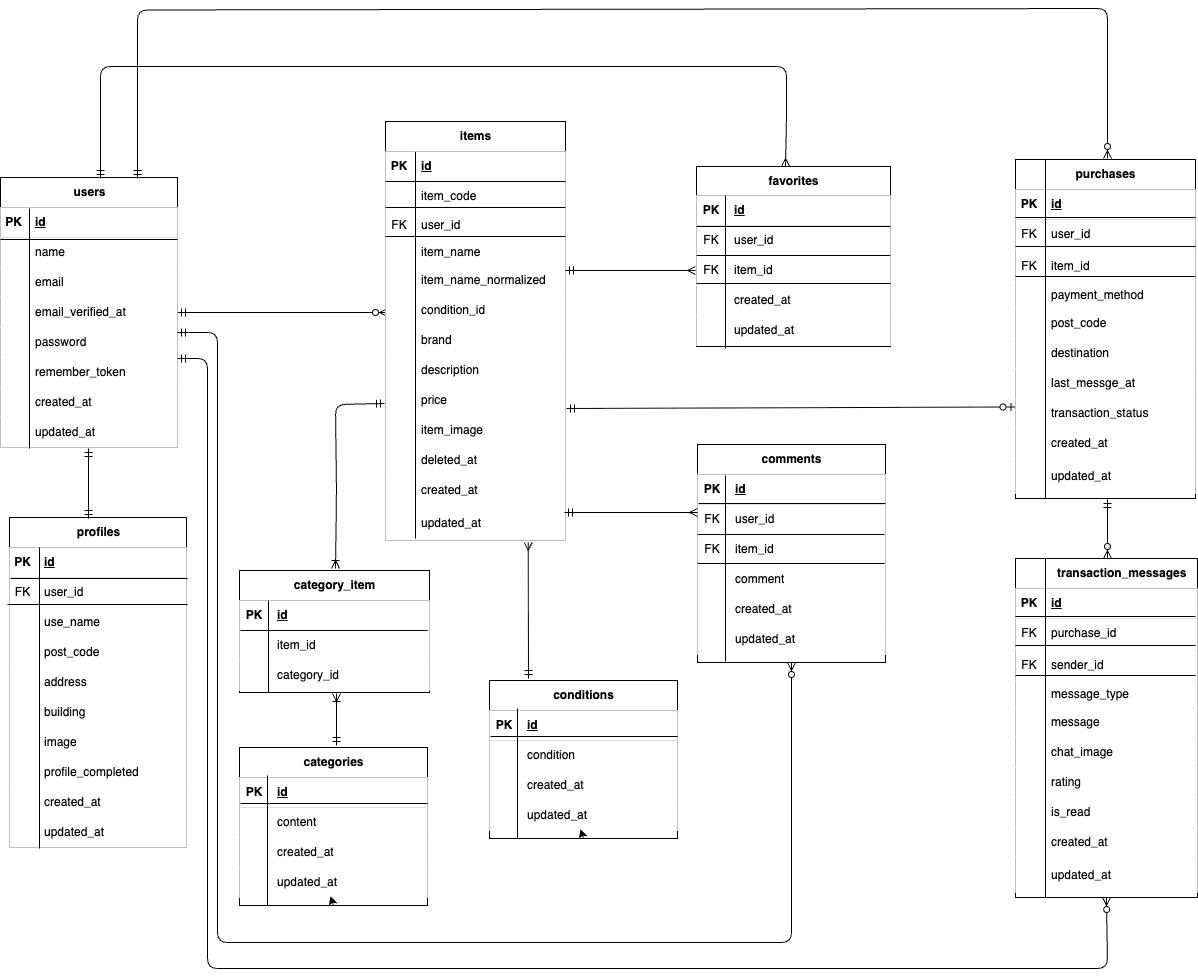
okumurachie/Flea-market keeps this draw.io diagram as index.png. Above is the earlier version. Source tidied: cells renumbered, new cells last; positions are measured from the earlier drawing's top-left corner, leaving out a move shared by most shapes.
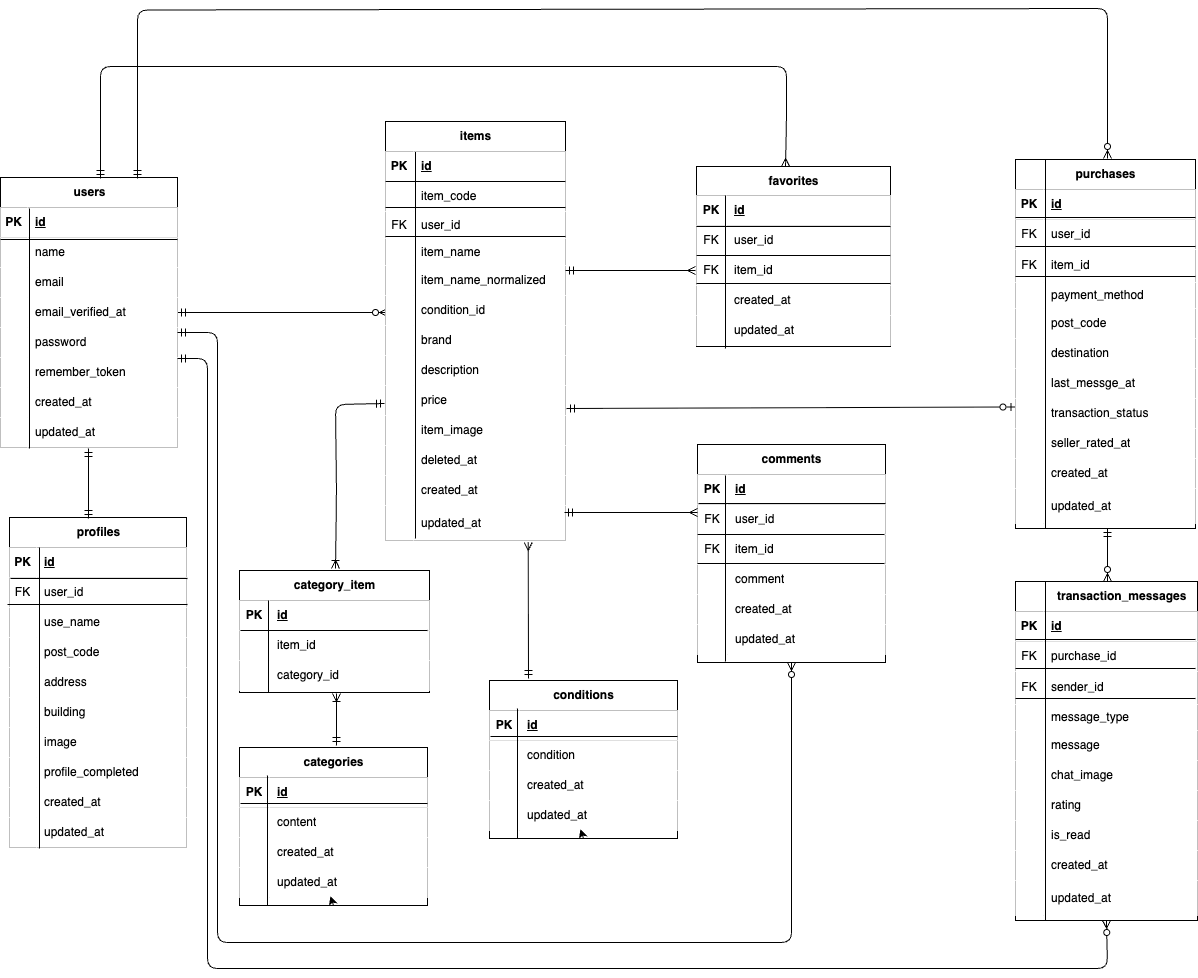
After the commit.

The edit, as a diff of the source:
```diff
@@ -634,7 +634,7 @@
       <mxGeometry x="696" y="270" width="194" height="10" as="geometry" />
     </mxCell>
     <mxCell id="200" value="purchases" style="shape=table;startSize=30;rowLines=0;fontStyle=1;align=center;html=1;fillColor=#FFFFFF;" parent="1" vertex="1">
-      <mxGeometry x="1015" y="151" width="180" height="339" as="geometry" />
+      <mxGeometry x="1015" y="151" width="180" height="369" as="geometry" />
     </mxCell>
     <mxCell id="201" style="shape=tableRow;horizontal=0;startSize=0;swimlaneHead=0;swimlaneBody=0;fillColor=#FFFFFF;top=0;left=0;right=0;bottom=1;" parent="200" vertex="1">
       <mxGeometry y="30" width="180" height="30" as="geometry" />
@@ -708,8 +708,17 @@
     <mxCell id="224" value="transaction_status" style="shape=partialRectangle;fillColor=#FFFFFF;top=0;left=0;bottom=0;right=0;align=left;spacingLeft=6;overflow=hidden;whiteSpace=wrap;html=1;" parent="222" vertex="1">
       <mxGeometry x="28" width="152" height="30" as="geometry" />
     </mxCell>
+    <mxCell id="277" style="shape=tableRow;horizontal=0;startSize=0;swimlaneHead=0;swimlaneBody=0;fillColor=#FFFFFF;top=0;left=0;right=0;bottom=0;" parent="200" vertex="1">
+      <mxGeometry y="269" width="180" height="30" as="geometry" />
+    </mxCell>
+    <mxCell id="278" style="shape=partialRectangle;fillColor=#FFFFFF;top=0;left=0;bottom=0;right=0;overflow=hidden;whiteSpace=wrap;html=1;" parent="277" vertex="1">
+      <mxGeometry width="28" height="30" as="geometry" />
+    </mxCell>
+    <mxCell id="279" value="seller_rated_at" style="shape=partialRectangle;fillColor=#FFFFFF;top=0;left=0;bottom=0;right=0;align=left;spacingLeft=6;overflow=hidden;whiteSpace=wrap;html=1;" parent="277" vertex="1">
+      <mxGeometry x="28" width="152" height="30" as="geometry" />
+    </mxCell>
     <mxCell id="225" style="shape=tableRow;horizontal=0;startSize=0;swimlaneHead=0;swimlaneBody=0;fillColor=#FFFFFF;top=0;left=0;right=0;bottom=0;" parent="200" vertex="1">
-      <mxGeometry y="269" width="180" height="30" as="geometry" />
+      <mxGeometry y="299" width="180" height="30" as="geometry" />
     </mxCell>
     <mxCell id="226" style="shape=partialRectangle;fillColor=#FFFFFF;top=0;left=0;bottom=0;right=0;overflow=hidden;whiteSpace=wrap;html=1;" parent="225" vertex="1">
       <mxGeometry width="28" height="30" as="geometry" />
@@ -718,7 +727,7 @@
       <mxGeometry x="28" width="152" height="30" as="geometry" />
     </mxCell>
     <mxCell id="228" style="shape=tableRow;horizontal=0;startSize=0;swimlaneHead=0;swimlaneBody=0;fillColor=#FFFFFF;top=0;left=0;right=0;bottom=0;" parent="200" vertex="1">
-      <mxGeometry y="299" width="180" height="35" as="geometry" />
+      <mxGeometry y="329" width="180" height="35" as="geometry" />
     </mxCell>
     <mxCell id="229" style="shape=partialRectangle;fillColor=#FFFFFF;top=0;left=0;bottom=0;right=0;overflow=hidden;whiteSpace=wrap;html=1;" parent="228" vertex="1">
       <mxGeometry width="28" height="35" as="geometry" />
@@ -730,7 +739,7 @@
       <mxGeometry x="1015" y="204" width="180" height="10" as="geometry" />
     </mxCell>
     <mxCell id="232" style="line;strokeWidth=1;direction=south;html=1;" parent="1" vertex="1">
-      <mxGeometry x="1040" y="151" width="10" height="339" as="geometry" />
+      <mxGeometry x="1040" y="151" width="10" height="369" as="geometry" />
     </mxCell>
     <mxCell id="233" style="line;strokeWidth=1;html=1;" parent="1" vertex="1">
       <mxGeometry x="1015" y="233" width="180" height="10" as="geometry" />
@@ -759,7 +768,7 @@
       </mxGeometry>
     </mxCell>
     <mxCell id="237" value="&lt;blockquote style=&quot;margin: 0 0 0 40px; border: none; padding: 0px;&quot;&gt;transaction_messages&lt;/blockquote&gt;" style="shape=table;startSize=30;rowLines=0;fontStyle=1;align=left;html=1;fillColor=#FFFFFF;" parent="1" vertex="1">
-      <mxGeometry x="1015" y="550" width="182" height="339" as="geometry" />
+      <mxGeometry x="1015" y="573" width="182" height="339" as="geometry" />
     </mxCell>
     <mxCell id="238" style="shape=tableRow;horizontal=0;startSize=0;swimlaneHead=0;swimlaneBody=0;fillColor=#FFFFFF;top=0;left=0;right=0;bottom=1;" parent="237" vertex="1">
       <mxGeometry y="30" width="182" height="30" as="geometry" />
@@ -852,16 +861,16 @@
       <mxGeometry x="28" width="154" height="35" as="geometry" />
     </mxCell>
     <mxCell id="268" style="line;strokeWidth=1;html=1;" parent="1" vertex="1">
-      <mxGeometry x="1015" y="603" width="180" height="10" as="geometry" />
+      <mxGeometry x="1015" y="626" width="180" height="10" as="geometry" />
     </mxCell>
     <mxCell id="269" style="line;strokeWidth=1;direction=south;html=1;" parent="1" vertex="1">
-      <mxGeometry x="1040" y="550" width="10" height="339" as="geometry" />
+      <mxGeometry x="1040" y="573" width="10" height="339" as="geometry" />
     </mxCell>
     <mxCell id="270" style="line;strokeWidth=1;html=1;" parent="1" vertex="1">
-      <mxGeometry x="1015" y="632" width="180" height="10" as="geometry" />
+      <mxGeometry x="1015" y="655" width="180" height="10" as="geometry" />
     </mxCell>
     <mxCell id="271" style="line;strokeWidth=1;html=1;" parent="1" vertex="1">
-      <mxGeometry x="1015" y="662" width="180" height="10" as="geometry" />
+      <mxGeometry x="1015" y="685" width="180" height="10" as="geometry" />
     </mxCell>
     <mxCell id="272" style="edgeStyle=none;html=1;startArrow=ERmandOne;startFill=0;endArrow=ERmandOne;endFill=0;" parent="1" edge="1">
       <mxGeometry relative="1" as="geometry">
@@ -871,8 +880,8 @@
     </mxCell>
     <mxCell id="273" style="endArrow=ERmandOne;html=1;startArrow=ERzeroToMany;startFill=0;endFill=0;" parent="1" edge="1">
       <mxGeometry relative="1" as="geometry">
-        <mxPoint x="1107" y="550" as="sourcePoint" />
-        <mxPoint x="1107" y="491" as="targetPoint" />
+        <mxPoint x="1107" y="573" as="sourcePoint" />
+        <mxPoint x="1107" y="520" as="targetPoint" />
       </mxGeometry>
     </mxCell>
     <mxCell id="274" style="edgeStyle=none;html=1;startArrow=ERmandOne;startFill=0;endArrow=ERoneToMany;endFill=0;exitX=0;exitY=0.5;exitDx=0;exitDy=0;" parent="1" edge="1">
```
